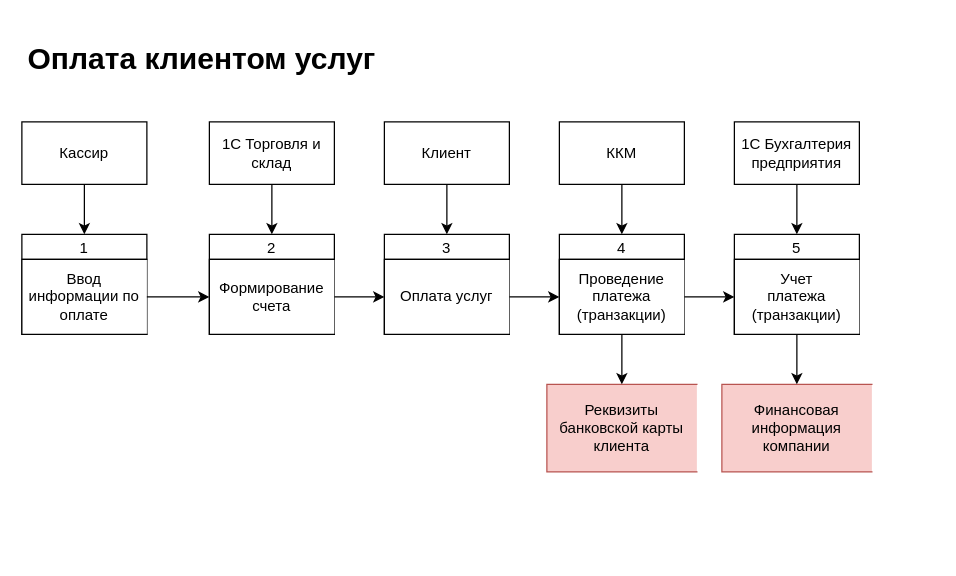
This is Task1/DataFlow_ClientPay.drawio from RyabchikovVN/architecture-medikamente, a draw.io file, before an edit. Source tidied: cells renumbered, new cells numbered last; positions are measured from the earlier drawing's top-left corner, leaving out a move shared by most shapes. Both pictures are drawn from the tidied source at 125%, with x=0, y=0 at pixel (21, 34).
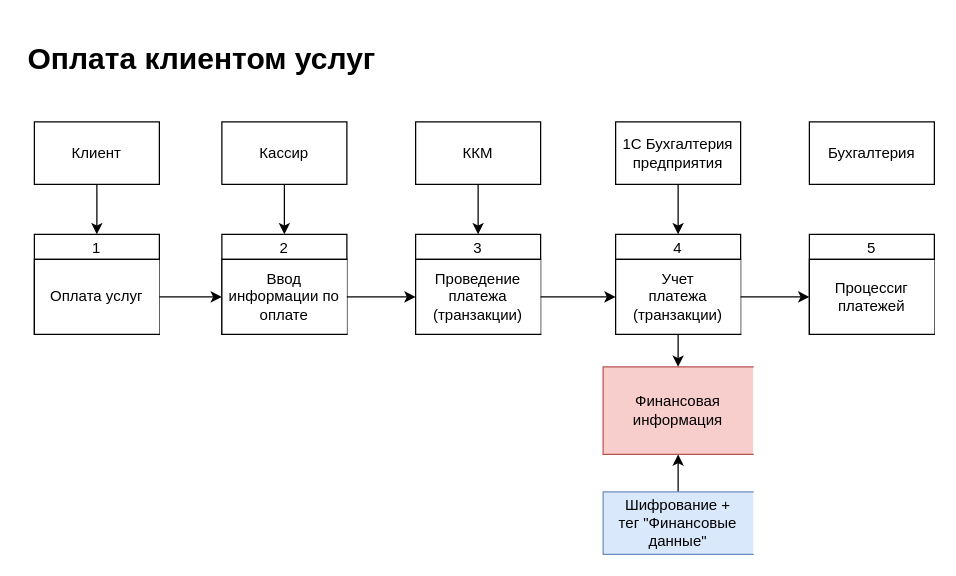
After the change.

The change refers to these unchanged cells:
```xml
<mxCell id="3" value="Оплата услуг" style="html=1;dashed=0;whiteSpace=wrap;shape=partialRectangle;right=0;" parent="2" vertex="1">
  <mxGeometry y="20" width="100" height="60" as="geometry" />
</mxCell>
<mxCell id="9" value="Ввод информации по оплате" style="html=1;dashed=0;whiteSpace=wrap;shape=partialRectangle;right=0;" parent="8" vertex="1">
  <mxGeometry y="20" width="100" height="60" as="geometry" />
</mxCell>
<mxCell id="19" value="Проведение платежа (транзакции)" style="html=1;dashed=0;whiteSpace=wrap;shape=partialRectangle;right=0;" parent="18" vertex="1">
  <mxGeometry y="20" width="100" height="60" as="geometry" />
</mxCell>
<mxCell id="24" value="Учет&lt;br&gt;платежа (транзакции)" style="html=1;dashed=0;whiteSpace=wrap;shape=partialRectangle;right=0;" parent="23" vertex="1">
  <mxGeometry y="20" width="100" height="60" as="geometry" />
</mxCell>
```

Change to the diagram source:
```diff
@@
-    <mxCell id="2" value="3" style="swimlane;fontStyle=0;horizontal=1;startSize=20;fillColor=#ffffff;swimlaneFillColor=#ffffff;" parent="1" vertex="1">
-      <mxGeometry x="290" y="160" width="100" height="80" as="geometry" />
+    <mxCell id="2" value="1" style="swimlane;fontStyle=0;horizontal=1;startSize=20;fillColor=#ffffff;swimlaneFillColor=#ffffff;" parent="1" vertex="1">
+      <mxGeometry x="10" y="160" width="100" height="80" as="geometry" />
     </mxCell>
@@
     <mxCell id="5" value="Кассир" style="html=1;dashed=0;whiteSpace=wrap;" parent="1" vertex="1">
-      <mxGeometry y="70" width="100" height="50" as="geometry" />
+      <mxGeometry x="160" y="70" width="100" height="50" as="geometry" />
     </mxCell>
@@
     <mxCell id="7" value="Клиент" style="html=1;dashed=0;whiteSpace=wrap;" parent="1" vertex="1">
-      <mxGeometry x="290" y="70" width="100" height="50" as="geometry" />
+      <mxGeometry x="10" y="70" width="100" height="50" as="geometry" />
     </mxCell>
-    <mxCell id="8" value="1" style="swimlane;fontStyle=0;horizontal=1;startSize=20;fillColor=#ffffff;swimlaneFillColor=#ffffff;" parent="1" vertex="1">
-      <mxGeometry y="160" width="100" height="80" as="geometry" />
+    <mxCell id="8" value="2" style="swimlane;fontStyle=0;horizontal=1;startSize=20;fillColor=#ffffff;swimlaneFillColor=#ffffff;" parent="1" vertex="1">
+      <mxGeometry x="160" y="160" width="100" height="80" as="geometry" />
     </mxCell>
@@
-    <mxCell id="10" value="2" style="swimlane;fontStyle=0;horizontal=1;startSize=20;fillColor=#ffffff;swimlaneFillColor=#ffffff;" parent="1" vertex="1">
-      <mxGeometry x="150" y="160" width="100" height="80" as="geometry" />
-    </mxCell>
-    <mxCell id="11" value="Формирование счета" style="html=1;dashed=0;whiteSpace=wrap;shape=partialRectangle;right=0;" parent="10" vertex="1">
-      <mxGeometry y="20" width="100" height="60" as="geometry" />
-    </mxCell>
-    <mxCell id="12" style="edgeStyle=orthogonalEdgeStyle;rounded=0;jettySize=auto;html=1;exitX=0.5;exitY=1;exitDx=0;exitDy=0;entryX=0.5;entryY=0;entryDx=0;entryDy=0;" parent="1" edge="1" source="13" target="10">
-      <mxGeometry relative="1" as="geometry" />
-    </mxCell>
-    <mxCell id="13" value="1С Торговля и склад" style="html=1;dashed=0;whiteSpace=wrap;" parent="1" vertex="1">
-      <mxGeometry x="150" y="70" width="100" height="50" as="geometry" />
-    </mxCell>
-    <mxCell id="14" style="edgeStyle=orthogonalEdgeStyle;rounded=0;jettySize=auto;html=1;exitX=1;exitY=0.5;exitDx=0;exitDy=0;entryX=0;entryY=0.5;entryDx=0;entryDy=0;" parent="1" edge="1" source="9" target="11">
-      <mxGeometry relative="1" as="geometry" />
-    </mxCell>
-    <mxCell id="15" style="edgeStyle=orthogonalEdgeStyle;rounded=0;jettySize=auto;html=1;exitX=1;exitY=0.5;exitDx=0;exitDy=0;entryX=0;entryY=0.5;entryDx=0;entryDy=0;" parent="1" edge="1" source="11" target="3">
-      <mxGeometry relative="1" as="geometry" />
-    </mxCell>
@@
     <mxCell id="17" value="ККМ" style="html=1;dashed=0;whiteSpace=wrap;" parent="1" vertex="1">
-      <mxGeometry x="430" y="70" width="100" height="50" as="geometry" />
+      <mxGeometry x="315" y="70" width="100" height="50" as="geometry" />
     </mxCell>
-    <mxCell id="18" value="4" style="swimlane;fontStyle=0;horizontal=1;startSize=20;fillColor=#ffffff;swimlaneFillColor=#ffffff;" parent="1" vertex="1">
-      <mxGeometry x="430" y="160" width="100" height="80" as="geometry" />
+    <mxCell id="18" value="3" style="swimlane;fontStyle=0;horizontal=1;startSize=20;fillColor=#ffffff;swimlaneFillColor=#ffffff;" parent="1" vertex="1">
+      <mxGeometry x="315" y="160" width="100" height="80" as="geometry" />
     </mxCell>
@@
-    <mxCell id="20" style="edgeStyle=orthogonalEdgeStyle;rounded=0;jettySize=auto;html=1;exitX=1;exitY=0.5;exitDx=0;exitDy=0;entryX=0;entryY=0.5;entryDx=0;entryDy=0;" parent="1" edge="1" source="3" target="19">
-      <mxGeometry relative="1" as="geometry" />
-    </mxCell>
@@
     <mxCell id="22" value="1С Бухгалтерия предприятия" style="html=1;dashed=0;whiteSpace=wrap;" parent="1" vertex="1">
-      <mxGeometry x="570" y="70" width="100" height="50" as="geometry" />
+      <mxGeometry x="475" y="70" width="100" height="50" as="geometry" />
     </mxCell>
-    <mxCell id="23" value="5" style="swimlane;fontStyle=0;horizontal=1;startSize=20;fillColor=#ffffff;swimlaneFillColor=#ffffff;" parent="1" vertex="1">
-      <mxGeometry x="570" y="160" width="100" height="80" as="geometry" />
+    <mxCell id="23" value="4" style="swimlane;fontStyle=0;horizontal=1;startSize=20;fillColor=#ffffff;swimlaneFillColor=#ffffff;" parent="1" vertex="1">
+      <mxGeometry x="475" y="160" width="100" height="80" as="geometry" />
     </mxCell>
@@
-    <mxCell id="25" style="edgeStyle=orthogonalEdgeStyle;rounded=0;jettySize=auto;html=1;exitX=1;exitY=0.5;exitDx=0;exitDy=0;entryX=0;entryY=0.5;entryDx=0;entryDy=0;" parent="1" edge="1" source="19" target="24">
-      <mxGeometry relative="1" as="geometry" />
-    </mxCell>
-    <mxCell id="26" value="Реквизиты банковской карты клиента" style="html=1;dashed=0;whiteSpace=wrap;shape=partialRectangle;right=0;fontSize=12;fillColor=#f8cecc;strokeColor=#b85450;" parent="1" vertex="1">
-      <mxGeometry x="420" y="280" width="120" height="70" as="geometry" />
-    </mxCell>
-    <mxCell id="27" style="edgeStyle=orthogonalEdgeStyle;rounded=0;jettySize=auto;html=1;exitX=0.5;exitY=1;exitDx=0;exitDy=0;entryX=0.5;entryY=0;entryDx=0;entryDy=0;" parent="1" edge="1" source="19" target="26">
-      <mxGeometry relative="1" as="geometry" />
-    </mxCell>
-    <mxCell id="28" value="Финансовая информация компании" style="html=1;dashed=0;whiteSpace=wrap;shape=partialRectangle;right=0;fontSize=12;fillColor=#f8cecc;strokeColor=#b85450;" parent="1" vertex="1">
-      <mxGeometry x="560" y="280" width="120" height="70" as="geometry" />
+    <mxCell id="28" value="Финансовая информация" style="html=1;dashed=0;whiteSpace=wrap;shape=partialRectangle;right=0;fontSize=12;fillColor=#f8cecc;strokeColor=#b85450;" parent="1" vertex="1">
+      <mxGeometry x="465" y="266" width="120" height="70" as="geometry" />
     </mxCell>
@@
+    <mxCell id="31" style="edgeStyle=orthogonalEdgeStyle;rounded=0;jettySize=auto;html=1;exitX=0.5;exitY=0;exitDx=0;exitDy=0;entryX=0.5;entryY=1;entryDx=0;entryDy=0;" parent="1" edge="1" source="32" target="28">
+      <mxGeometry relative="1" as="geometry" />
+    </mxCell>
+    <mxCell id="32" value="Шифрование +&lt;br&gt;тег &quot;Финансовые данные&quot;" style="html=1;dashed=0;whiteSpace=wrap;shape=partialRectangle;right=0;fillColor=#dae8fc;strokeColor=#6c8ebf;" parent="1" vertex="1">
+      <mxGeometry x="465" y="366" width="120" height="50" as="geometry" />
+    </mxCell>
+    <mxCell id="33" style="edgeStyle=orthogonalEdgeStyle;rounded=0;jettySize=auto;html=1;exitX=1;exitY=0.5;exitDx=0;exitDy=0;entryX=0;entryY=0.5;entryDx=0;entryDy=0;" parent="1" edge="1" source="3" target="9">
+      <mxGeometry relative="1" as="geometry" />
+    </mxCell>
+    <mxCell id="34" style="edgeStyle=orthogonalEdgeStyle;rounded=0;jettySize=auto;html=1;exitX=1;exitY=0.5;exitDx=0;exitDy=0;entryX=0;entryY=0.5;entryDx=0;entryDy=0;" parent="1" edge="1" source="9" target="19">
+      <mxGeometry relative="1" as="geometry" />
+    </mxCell>
+    <mxCell id="25" style="edgeStyle=orthogonalEdgeStyle;rounded=0;jettySize=auto;html=1;exitX=1;exitY=0.5;exitDx=0;exitDy=0;entryX=0;entryY=0.5;entryDx=0;entryDy=0;" parent="1" edge="1" source="19" target="24">
+      <mxGeometry relative="1" as="geometry" />
+    </mxCell>
+    <mxCell id="35" value="Бухгалтерия" style="html=1;dashed=0;whiteSpace=wrap;" parent="1" vertex="1">
+      <mxGeometry x="630" y="70" width="100" height="50" as="geometry" />
+    </mxCell>
+    <mxCell id="36" value="5" style="swimlane;fontStyle=0;horizontal=1;startSize=20;fillColor=#ffffff;swimlaneFillColor=#ffffff;" parent="1" vertex="1">
+      <mxGeometry x="630" y="160" width="100" height="80" as="geometry" />
+    </mxCell>
+    <mxCell id="37" value="Процессиг платежей" style="html=1;dashed=0;whiteSpace=wrap;shape=partialRectangle;right=0;" parent="36" vertex="1">
+      <mxGeometry y="20" width="100" height="60" as="geometry" />
+    </mxCell>
+    <mxCell id="38" style="edgeStyle=orthogonalEdgeStyle;rounded=0;jettySize=auto;html=1;exitX=1;exitY=0.5;exitDx=0;exitDy=0;entryX=0;entryY=0.5;entryDx=0;entryDy=0;" parent="1" edge="1" source="24" target="37">
+      <mxGeometry relative="1" as="geometry" />
+    </mxCell>
```
